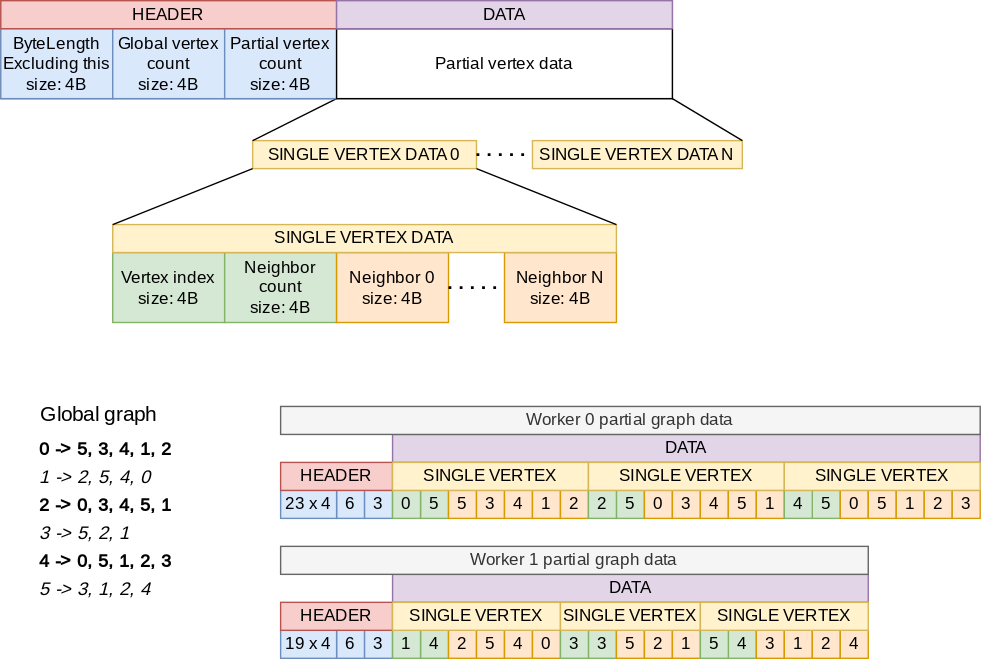
Earlier version of the draw.io export hpc/Workshop/BFSAlgo/Figures/binaryPartialGraph.svg (Mikkelnn/ESD6-Courses). Source tidied: cells renumbered, new cells last; positions are measured from the earlier drawing's top-left corner, leaving out a move shared by most shapes.
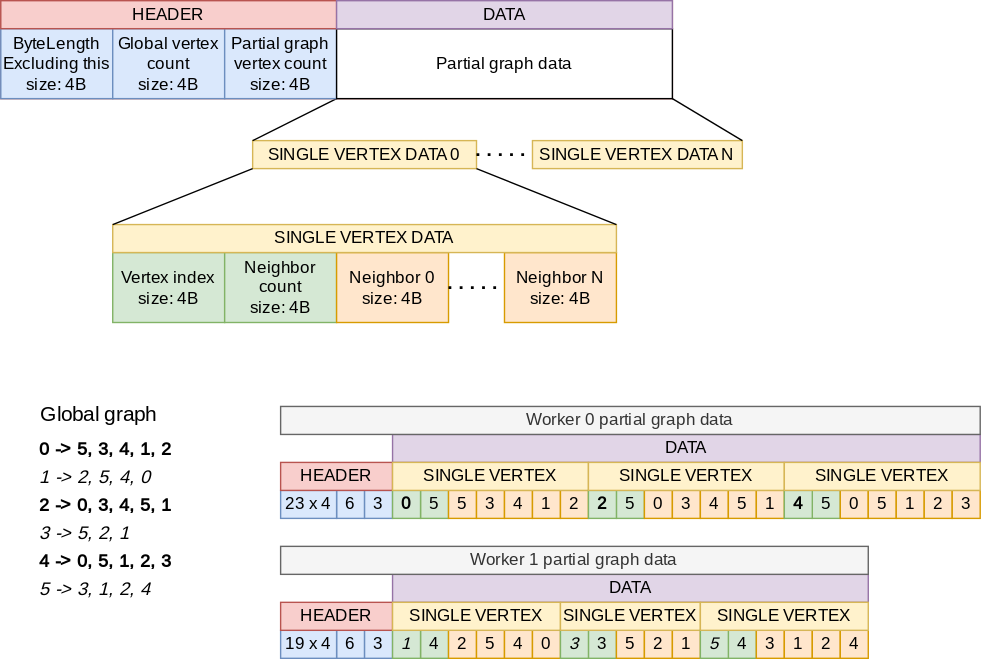
Above is the later version.

Diff of the diagram source:
```diff
@@ -23,7 +23,7 @@
     <mxCell id="8" value="5" style="rounded=0;whiteSpace=wrap;html=1;fillColor=#ffe6cc;strokeColor=#d79b00;fontFamily=latex;fontSource=http%3A%2F%2Fsourceforge.net%2Fprojects%2Fcm-unicode%2Ffiles%2FOldFiles%2Fcm-unicode-fix-0.6.3.tar.bz2%2Fdownload;" parent="1" vertex="1">
       <mxGeometry x="320" y="350" width="20" height="20" as="geometry" />
     </mxCell>
-    <mxCell id="9" value="0" style="rounded=0;whiteSpace=wrap;html=1;fillColor=#d5e8d4;strokeColor=#82b366;fontFamily=latex;fontSource=http%3A%2F%2Fsourceforge.net%2Fprojects%2Fcm-unicode%2Ffiles%2FOldFiles%2Fcm-unicode-fix-0.6.3.tar.bz2%2Fdownload;" parent="1" vertex="1">
+    <mxCell id="9" value="0" style="rounded=0;whiteSpace=wrap;html=1;fillColor=#d5e8d4;strokeColor=#82b366;fontFamily=latex;fontSource=http%3A%2F%2Fsourceforge.net%2Fprojects%2Fcm-unicode%2Ffiles%2FOldFiles%2Fcm-unicode-fix-0.6.3.tar.bz2%2Fdownload;fontStyle=1;" parent="1" vertex="1">
       <mxGeometry x="280" y="350" width="20" height="20" as="geometry" />
     </mxCell>
     <mxCell id="10" value="3" style="rounded=0;whiteSpace=wrap;html=1;fillColor=#ffe6cc;strokeColor=#d79b00;fontFamily=latex;fontSource=http%3A%2F%2Fsourceforge.net%2Fprojects%2Fcm-unicode%2Ffiles%2FOldFiles%2Fcm-unicode-fix-0.6.3.tar.bz2%2Fdownload;" parent="1" vertex="1">
@@ -47,7 +47,7 @@
     <mxCell id="16" value="0" style="rounded=0;whiteSpace=wrap;html=1;fillColor=#ffe6cc;strokeColor=#d79b00;fontFamily=latex;fontSource=http%3A%2F%2Fsourceforge.net%2Fprojects%2Fcm-unicode%2Ffiles%2FOldFiles%2Fcm-unicode-fix-0.6.3.tar.bz2%2Fdownload;" parent="1" vertex="1">
       <mxGeometry x="460" y="350" width="20" height="20" as="geometry" />
     </mxCell>
-    <mxCell id="17" value="2" style="rounded=0;whiteSpace=wrap;html=1;fillColor=#d5e8d4;strokeColor=#82b366;fontFamily=latex;fontSource=http%3A%2F%2Fsourceforge.net%2Fprojects%2Fcm-unicode%2Ffiles%2FOldFiles%2Fcm-unicode-fix-0.6.3.tar.bz2%2Fdownload;" parent="1" vertex="1">
+    <mxCell id="17" value="2" style="rounded=0;whiteSpace=wrap;html=1;fillColor=#d5e8d4;strokeColor=#82b366;fontFamily=latex;fontSource=http%3A%2F%2Fsourceforge.net%2Fprojects%2Fcm-unicode%2Ffiles%2FOldFiles%2Fcm-unicode-fix-0.6.3.tar.bz2%2Fdownload;fontStyle=1;" parent="1" vertex="1">
       <mxGeometry x="420" y="350" width="20" height="20" as="geometry" />
     </mxCell>
     <mxCell id="18" value="3" style="rounded=0;whiteSpace=wrap;html=1;fillColor=#ffe6cc;strokeColor=#d79b00;fontFamily=latex;fontSource=http%3A%2F%2Fsourceforge.net%2Fprojects%2Fcm-unicode%2Ffiles%2FOldFiles%2Fcm-unicode-fix-0.6.3.tar.bz2%2Fdownload;" parent="1" vertex="1">
@@ -71,7 +71,7 @@
     <mxCell id="24" value="0" style="rounded=0;whiteSpace=wrap;html=1;fillColor=#ffe6cc;strokeColor=#d79b00;fontFamily=latex;fontSource=http%3A%2F%2Fsourceforge.net%2Fprojects%2Fcm-unicode%2Ffiles%2FOldFiles%2Fcm-unicode-fix-0.6.3.tar.bz2%2Fdownload;" parent="1" vertex="1">
       <mxGeometry x="600" y="350" width="20" height="20" as="geometry" />
     </mxCell>
-    <mxCell id="25" value="4" style="rounded=0;whiteSpace=wrap;html=1;fillColor=#d5e8d4;strokeColor=#82b366;fontFamily=latex;fontSource=http%3A%2F%2Fsourceforge.net%2Fprojects%2Fcm-unicode%2Ffiles%2FOldFiles%2Fcm-unicode-fix-0.6.3.tar.bz2%2Fdownload;" parent="1" vertex="1">
+    <mxCell id="25" value="4" style="rounded=0;whiteSpace=wrap;html=1;fillColor=#d5e8d4;strokeColor=#82b366;fontFamily=latex;fontSource=http%3A%2F%2Fsourceforge.net%2Fprojects%2Fcm-unicode%2Ffiles%2FOldFiles%2Fcm-unicode-fix-0.6.3.tar.bz2%2Fdownload;fontStyle=1;" parent="1" vertex="1">
       <mxGeometry x="560" y="350" width="20" height="20" as="geometry" />
     </mxCell>
     <mxCell id="26" value="5" style="rounded=0;whiteSpace=wrap;html=1;fillColor=#ffe6cc;strokeColor=#d79b00;fontFamily=latex;fontSource=http%3A%2F%2Fsourceforge.net%2Fprojects%2Fcm-unicode%2Ffiles%2FOldFiles%2Fcm-unicode-fix-0.6.3.tar.bz2%2Fdownload;" parent="1" vertex="1">
@@ -110,7 +110,7 @@
     <mxCell id="37" value="2" style="rounded=0;whiteSpace=wrap;html=1;fillColor=#ffe6cc;strokeColor=#d79b00;fontFamily=latex;fontSource=http%3A%2F%2Fsourceforge.net%2Fprojects%2Fcm-unicode%2Ffiles%2FOldFiles%2Fcm-unicode-fix-0.6.3.tar.bz2%2Fdownload;" parent="1" vertex="1">
       <mxGeometry x="320" y="450" width="20" height="20" as="geometry" />
     </mxCell>
-    <mxCell id="38" value="1" style="rounded=0;whiteSpace=wrap;html=1;fillColor=#d5e8d4;strokeColor=#82b366;fontFamily=latex;fontSource=http%3A%2F%2Fsourceforge.net%2Fprojects%2Fcm-unicode%2Ffiles%2FOldFiles%2Fcm-unicode-fix-0.6.3.tar.bz2%2Fdownload;" parent="1" vertex="1">
+    <mxCell id="38" value="1" style="rounded=0;whiteSpace=wrap;html=1;fillColor=#d5e8d4;strokeColor=#82b366;fontFamily=latex;fontSource=http%3A%2F%2Fsourceforge.net%2Fprojects%2Fcm-unicode%2Ffiles%2FOldFiles%2Fcm-unicode-fix-0.6.3.tar.bz2%2Fdownload;fontStyle=2;" parent="1" vertex="1">
       <mxGeometry x="280" y="450" width="20" height="20" as="geometry" />
     </mxCell>
     <mxCell id="39" value="5" style="rounded=0;whiteSpace=wrap;html=1;fillColor=#ffe6cc;strokeColor=#d79b00;fontFamily=latex;fontSource=http%3A%2F%2Fsourceforge.net%2Fprojects%2Fcm-unicode%2Ffiles%2FOldFiles%2Fcm-unicode-fix-0.6.3.tar.bz2%2Fdownload;" parent="1" vertex="1">
@@ -131,7 +131,7 @@
     <mxCell id="44" value="5" style="rounded=0;whiteSpace=wrap;html=1;fillColor=#ffe6cc;strokeColor=#d79b00;fontFamily=latex;fontSource=http%3A%2F%2Fsourceforge.net%2Fprojects%2Fcm-unicode%2Ffiles%2FOldFiles%2Fcm-unicode-fix-0.6.3.tar.bz2%2Fdownload;" parent="1" vertex="1">
       <mxGeometry x="440" y="450" width="20" height="20" as="geometry" />
     </mxCell>
-    <mxCell id="45" value="3" style="rounded=0;whiteSpace=wrap;html=1;fillColor=#d5e8d4;strokeColor=#82b366;fontFamily=latex;fontSource=http%3A%2F%2Fsourceforge.net%2Fprojects%2Fcm-unicode%2Ffiles%2FOldFiles%2Fcm-unicode-fix-0.6.3.tar.bz2%2Fdownload;" parent="1" vertex="1">
+    <mxCell id="45" value="3" style="rounded=0;whiteSpace=wrap;html=1;fillColor=#d5e8d4;strokeColor=#82b366;fontFamily=latex;fontSource=http%3A%2F%2Fsourceforge.net%2Fprojects%2Fcm-unicode%2Ffiles%2FOldFiles%2Fcm-unicode-fix-0.6.3.tar.bz2%2Fdownload;fontStyle=2;" parent="1" vertex="1">
       <mxGeometry x="400" y="450" width="20" height="20" as="geometry" />
     </mxCell>
     <mxCell id="46" value="2" style="rounded=0;whiteSpace=wrap;html=1;fillColor=#ffe6cc;strokeColor=#d79b00;fontFamily=latex;fontSource=http%3A%2F%2Fsourceforge.net%2Fprojects%2Fcm-unicode%2Ffiles%2FOldFiles%2Fcm-unicode-fix-0.6.3.tar.bz2%2Fdownload;" parent="1" vertex="1">
@@ -149,7 +149,7 @@
     <mxCell id="50" value="3" style="rounded=0;whiteSpace=wrap;html=1;fillColor=#ffe6cc;strokeColor=#d79b00;fontFamily=latex;fontSource=http%3A%2F%2Fsourceforge.net%2Fprojects%2Fcm-unicode%2Ffiles%2FOldFiles%2Fcm-unicode-fix-0.6.3.tar.bz2%2Fdownload;" parent="1" vertex="1">
       <mxGeometry x="540" y="450" width="20" height="20" as="geometry" />
     </mxCell>
-    <mxCell id="51" value="5" style="rounded=0;whiteSpace=wrap;html=1;fillColor=#d5e8d4;strokeColor=#82b366;fontFamily=latex;fontSource=http%3A%2F%2Fsourceforge.net%2Fprojects%2Fcm-unicode%2Ffiles%2FOldFiles%2Fcm-unicode-fix-0.6.3.tar.bz2%2Fdownload;" parent="1" vertex="1">
+    <mxCell id="51" value="5" style="rounded=0;whiteSpace=wrap;html=1;fillColor=#d5e8d4;strokeColor=#82b366;fontFamily=latex;fontSource=http%3A%2F%2Fsourceforge.net%2Fprojects%2Fcm-unicode%2Ffiles%2FOldFiles%2Fcm-unicode-fix-0.6.3.tar.bz2%2Fdownload;fontStyle=2;" parent="1" vertex="1">
       <mxGeometry x="500" y="450" width="20" height="20" as="geometry" />
     </mxCell>
     <mxCell id="52" value="1" style="rounded=0;whiteSpace=wrap;html=1;fillColor=#ffe6cc;strokeColor=#d79b00;fontFamily=latex;fontSource=http%3A%2F%2Fsourceforge.net%2Fprojects%2Fcm-unicode%2Ffiles%2FOldFiles%2Fcm-unicode-fix-0.6.3.tar.bz2%2Fdownload;" parent="1" vertex="1">
@@ -242,10 +242,10 @@
     <mxCell id="79" value="Global vertex count&lt;br&gt;size: 4B" style="rounded=0;whiteSpace=wrap;html=1;fillColor=#dae8fc;strokeColor=#6c8ebf;fontFamily=latex;fontSource=http%3A%2F%2Fsourceforge.net%2Fprojects%2Fcm-unicode%2Ffiles%2FOldFiles%2Fcm-unicode-fix-0.6.3.tar.bz2%2Fdownload;" parent="77" vertex="1">
       <mxGeometry x="80" y="20" width="80" height="50" as="geometry" />
     </mxCell>
-    <mxCell id="80" value="Partial vertex count&lt;br&gt;size: 4B" style="rounded=0;whiteSpace=wrap;html=1;fillColor=#dae8fc;strokeColor=#6c8ebf;fontFamily=latex;fontSource=http%3A%2F%2Fsourceforge.net%2Fprojects%2Fcm-unicode%2Ffiles%2FOldFiles%2Fcm-unicode-fix-0.6.3.tar.bz2%2Fdownload;" parent="77" vertex="1">
+    <mxCell id="80" value="Partial graph vertex count&lt;br&gt;size: 4B" style="rounded=0;whiteSpace=wrap;html=1;fillColor=#dae8fc;strokeColor=#6c8ebf;fontFamily=latex;fontSource=http%3A%2F%2Fsourceforge.net%2Fprojects%2Fcm-unicode%2Ffiles%2FOldFiles%2Fcm-unicode-fix-0.6.3.tar.bz2%2Fdownload;" parent="77" vertex="1">
       <mxGeometry x="160" y="20" width="80" height="50" as="geometry" />
     </mxCell>
-    <mxCell id="81" value="Partial vertex data" style="rounded=0;whiteSpace=wrap;html=1;fontFamily=latex;fontSource=http%3A%2F%2Fsourceforge.net%2Fprojects%2Fcm-unicode%2Ffiles%2FOldFiles%2Fcm-unicode-fix-0.6.3.tar.bz2%2Fdownload;" parent="77" vertex="1">
+    <mxCell id="81" value="Partial graph data" style="rounded=0;whiteSpace=wrap;html=1;fontFamily=latex;fontSource=http%3A%2F%2Fsourceforge.net%2Fprojects%2Fcm-unicode%2Ffiles%2FOldFiles%2Fcm-unicode-fix-0.6.3.tar.bz2%2Fdownload;" parent="77" vertex="1">
       <mxGeometry x="240" y="20" width="240" height="50" as="geometry" />
     </mxCell>
     <mxCell id="82" value="HEADER" style="rounded=0;whiteSpace=wrap;html=1;fillColor=#f8cecc;strokeColor=#b85450;fontFamily=latex;fontSource=http%3A%2F%2Fsourceforge.net%2Fprojects%2Fcm-unicode%2Ffiles%2FOldFiles%2Fcm-unicode-fix-0.6.3.tar.bz2%2Fdownload;" parent="77" vertex="1">
```
